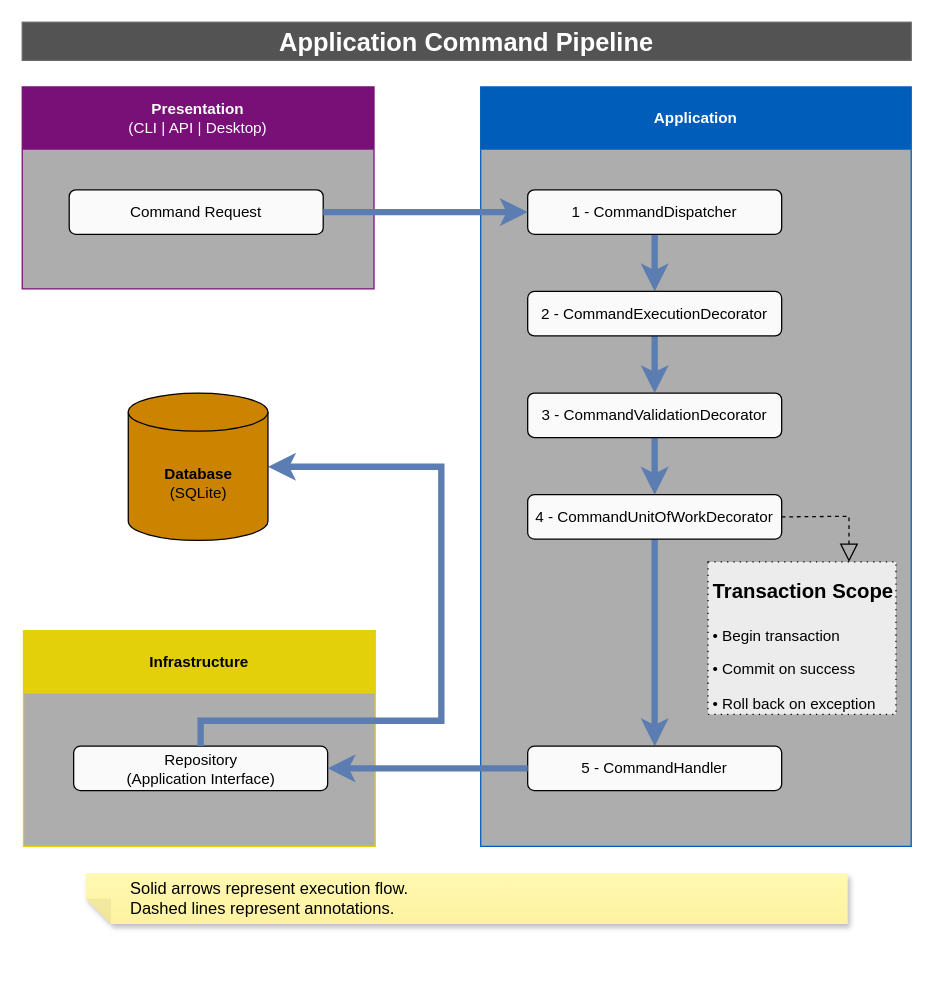
sergio-lopes-developer/whoami keeps this draw.io diagram as docs/application/application-command-pipeline.drawio. Above is the earlier version. Source tidied: cells renumbered, new cells numbered last; positions are measured from the earlier drawing's top-left corner, leaving out a move shared by most shapes. Both pictures are drawn from the tidied source at 127%, with x=0, y=0 at pixel (22, 22).
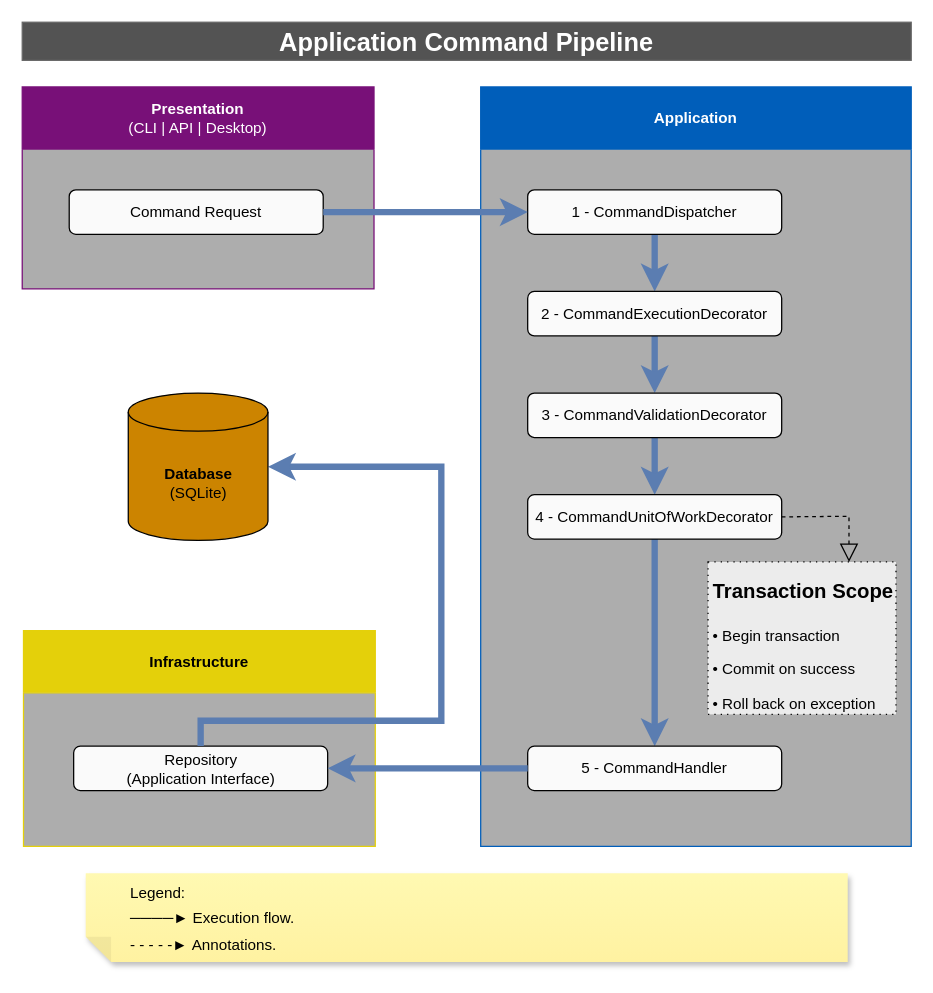
After the change.

Change to the diagram source:
```diff
@@
-    <mxCell id="22" value="&lt;div style=&quot;&quot;&gt;&lt;span style=&quot;color: rgb(255, 255, 255); font-size: 12px; background-color: transparent;&quot;&gt;&amp;nbsp; &amp;nbsp; &amp;nbsp; &amp;nbsp; &amp;nbsp;&lt;/span&gt;&lt;span style=&quot;color: rgb(255, 255, 255); font-size: 12px; background-color: transparent;&quot;&gt;&amp;nbsp;&lt;/span&gt;&lt;span style=&quot;background-color: transparent;&quot;&gt;Solid arrows represent execution flow.&lt;/span&gt;&lt;/div&gt;&lt;div style=&quot;&quot;&gt;&lt;span style=&quot;color: rgb(255, 255, 255); font-size: 12px; background-color: transparent;&quot;&gt;&amp;nbsp; &amp;nbsp; &amp;nbsp; &amp;nbsp; &amp;nbsp;&lt;/span&gt;&lt;span style=&quot;color: rgb(255, 255, 255); font-size: 12px; background-color: transparent;&quot;&gt;&amp;nbsp;&lt;/span&gt;&lt;span style=&quot;background-color: transparent;&quot;&gt;Dashed lines represent annotations.&lt;/span&gt;&lt;/div&gt;" style="shape=note;whiteSpace=wrap;html=1;backgroundOutline=1;autosizeText=1;fontColor=#000000;darkOpacity=0.05;fillColor=#FFF9B2;strokeColor=none;fillStyle=solid;fontSize=13;direction=west;gradientDirection=north;gradientColor=#FFF2A1;shadow=1;size=20;align=left;" parent="1" vertex="1">
-      <mxGeometry x="50" y="670" width="600" height="40" as="geometry" />
+    <mxCell id="22" value="&lt;div style=&quot;&quot;&gt;&lt;div style=&quot;&quot;&gt;&lt;span style=&quot;background-color: transparent; font-size: 12px;&quot;&gt;&amp;nbsp; &amp;nbsp; &amp;nbsp; &amp;nbsp; &amp;nbsp;&lt;/span&gt;&lt;span style=&quot;background-color: transparent; font-size: 12px;&quot;&gt;&amp;nbsp;&lt;/span&gt;&lt;span style=&quot;background-color: transparent;&quot;&gt;&lt;font style=&quot;font-size: 12px;&quot;&gt;Legend:&lt;/font&gt;&lt;/span&gt;&lt;/div&gt;&lt;div style=&quot;&quot;&gt;&lt;font style=&quot;font-size: 12px;&quot;&gt;&lt;font&gt;&lt;span style=&quot;background-color: transparent;&quot;&gt;&amp;nbsp; &amp;nbsp; &amp;nbsp; &amp;nbsp; &amp;nbsp;&lt;/span&gt;&lt;span style=&quot;background-color: transparent;&quot;&gt;&amp;nbsp;&lt;/span&gt;────►&amp;nbsp;&lt;/font&gt;&lt;span style=&quot;background-color: transparent;&quot;&gt;&lt;font&gt;Execution flow.&lt;/font&gt;&lt;/span&gt;&lt;/font&gt;&lt;/div&gt;&lt;div style=&quot;&quot;&gt;&lt;font style=&quot;font-size: 12px;&quot;&gt;&lt;span style=&quot;background-color: transparent;&quot;&gt;&lt;span style=&quot;background-color: transparent;&quot;&gt;&amp;nbsp; &amp;nbsp; &amp;nbsp; &amp;nbsp; &amp;nbsp;&lt;/span&gt;&lt;span style=&quot;background-color: transparent;&quot;&gt;&amp;nbsp;&lt;/span&gt;- - - - -►&amp;nbsp;&lt;/span&gt;&lt;span style=&quot;background-color: transparent;&quot;&gt;&lt;font&gt;Annotations.&lt;/font&gt;&lt;/span&gt;&lt;/font&gt;&lt;/div&gt;&lt;/div&gt;" style="shape=note;whiteSpace=wrap;html=1;backgroundOutline=1;autosizeText=1;fontColor=light-dark(#000000,#000000);darkOpacity=0.05;fillColor=#FFF9B2;strokeColor=none;fillStyle=solid;fontSize=17;direction=west;gradientDirection=north;gradientColor=#FFF2A1;shadow=1;size=20;align=left;" parent="1" vertex="1">
+      <mxGeometry x="50" y="670" width="600" height="70" as="geometry" />
     </mxCell>
```
